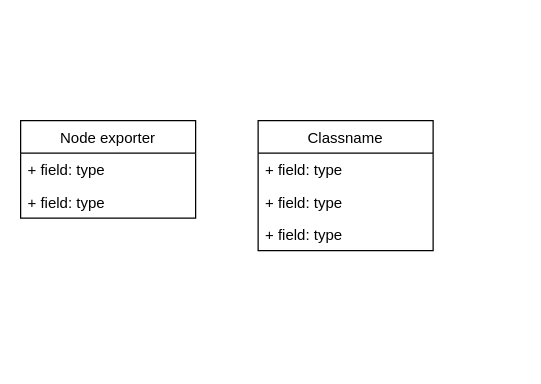
Earlier version of the draw.io diagram page "Database overview" (4 of 4) of Download install script.drawio (AlicasticAnhthu/apiflask). Source tidied: cells renumbered, new cells numbered last; positions are measured from the earlier drawing's top-left corner, leaving out a move shared by most shapes. Both pictures are drawn from the tidied source at 125%, with x=0, y=0 at pixel (20, 120).
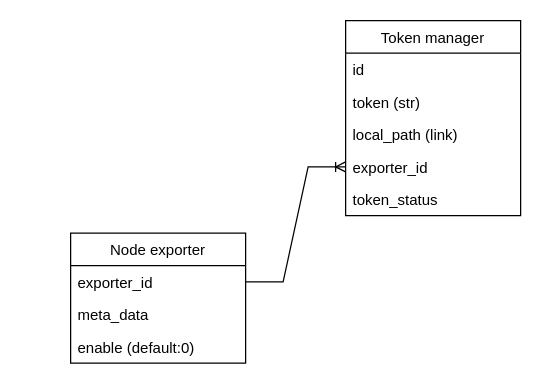
Above is the later version.

What changed in the source:
```diff
@@
 <mxGraphModel>
   <root>
     <mxCell id="0" />
     <mxCell id="1" parent="0" />
     <mxCell id="2" value="Node exporter" style="swimlane;fontStyle=0;horizontal=1;startSize=26;fillColor=none;" parent="1" vertex="1">
-      <mxGeometry width="140" height="78" as="geometry" />
+      <mxGeometry x="40" y="90" width="140" height="104" as="geometry" />
     </mxCell>
-    <mxCell id="3" value="+ field: type" style="text;strokeColor=none;fillColor=none;align=left;verticalAlign=top;spacingLeft=4;spacingRight=4;overflow=hidden;points=[[0,0.5],[1,0.5]];portConstraint=eastwest;" parent="2" vertex="1">
+    <mxCell id="3" value="exporter_id&#10;" style="text;strokeColor=none;fillColor=none;align=left;verticalAlign=top;spacingLeft=4;spacingRight=4;overflow=hidden;points=[[0,0.5],[1,0.5]];portConstraint=eastwest;" parent="2" vertex="1">
       <mxGeometry y="26" width="140" height="26" as="geometry" />
     </mxCell>
-    <mxCell id="4" value="+ field: type" style="text;strokeColor=none;fillColor=none;align=left;verticalAlign=top;spacingLeft=4;spacingRight=4;overflow=hidden;" parent="2" vertex="1">
+    <mxCell id="4" value="meta_data" style="text;strokeColor=none;fillColor=none;align=left;verticalAlign=top;spacingLeft=4;spacingRight=4;overflow=hidden;" parent="2" vertex="1">
       <mxGeometry y="52" width="140" height="26" as="geometry" />
     </mxCell>
+    <mxCell id="9" value="enable (default:0)" style="text;strokeColor=none;fillColor=none;align=left;verticalAlign=top;spacingLeft=4;spacingRight=4;overflow=hidden;" parent="2" vertex="1">
+      <mxGeometry y="78" width="140" height="26" as="geometry" />
+    </mxCell>
-    <mxCell id="5" value="Classname" style="swimlane;fontStyle=0;horizontal=1;startSize=26;fillColor=none;" parent="1" vertex="1">
-      <mxGeometry x="190" width="140" height="104" as="geometry" />
+    <mxCell id="5" value="Token manager" style="swimlane;fontStyle=0;horizontal=1;startSize=26;fillColor=none;" parent="1" vertex="1">
+      <mxGeometry x="260" y="-80" width="140" height="156" as="geometry" />
     </mxCell>
-    <mxCell id="6" value="+ field: type" style="text;strokeColor=none;fillColor=none;align=left;verticalAlign=top;spacingLeft=4;spacingRight=4;overflow=hidden;" parent="5" vertex="1">
+    <mxCell id="6" value="id&#10;" style="text;strokeColor=none;fillColor=none;align=left;verticalAlign=top;spacingLeft=4;spacingRight=4;overflow=hidden;" parent="5" vertex="1">
       <mxGeometry y="26" width="140" height="26" as="geometry" />
     </mxCell>
-    <mxCell id="7" value="+ field: type" style="text;strokeColor=none;fillColor=none;align=left;verticalAlign=top;spacingLeft=4;spacingRight=4;overflow=hidden;" parent="5" vertex="1">
+    <mxCell id="7" value="token (str)" style="text;strokeColor=none;fillColor=none;align=left;verticalAlign=top;spacingLeft=4;spacingRight=4;overflow=hidden;" parent="5" vertex="1">
       <mxGeometry y="52" width="140" height="26" as="geometry" />
     </mxCell>
-    <mxCell id="8" value="+ field: type" style="text;strokeColor=none;fillColor=none;align=left;verticalAlign=top;spacingLeft=4;spacingRight=4;overflow=hidden;" parent="5" vertex="1">
+    <mxCell id="8" value="local_path (link)" style="text;strokeColor=none;fillColor=none;align=left;verticalAlign=top;spacingLeft=4;spacingRight=4;overflow=hidden;" parent="5" vertex="1">
       <mxGeometry y="78" width="140" height="26" as="geometry" />
     </mxCell>
+    <mxCell id="10" value="exporter_id" style="text;strokeColor=none;fillColor=none;align=left;verticalAlign=top;spacingLeft=4;spacingRight=4;overflow=hidden;points=[[0,0.5],[1,0.5]];portConstraint=eastwest;" parent="5" vertex="1">
+      <mxGeometry y="104" width="140" height="26" as="geometry" />
+    </mxCell>
+    <mxCell id="11" value="token_status" style="text;strokeColor=none;fillColor=none;align=left;verticalAlign=top;spacingLeft=4;spacingRight=4;overflow=hidden;" parent="5" vertex="1">
+      <mxGeometry y="130" width="140" height="26" as="geometry" />
+    </mxCell>
+    <mxCell id="12" style="edgeStyle=entityRelationEdgeStyle;fontSize=12;html=1;endArrow=ERoneToMany;rounded=0;entryX=0;entryY=0.5;entryDx=0;entryDy=0;" parent="1" edge="1" source="3" target="10">
+      <mxGeometry relative="1" as="geometry" />
+    </mxCell>
   </root>
 </mxGraphModel>
```
